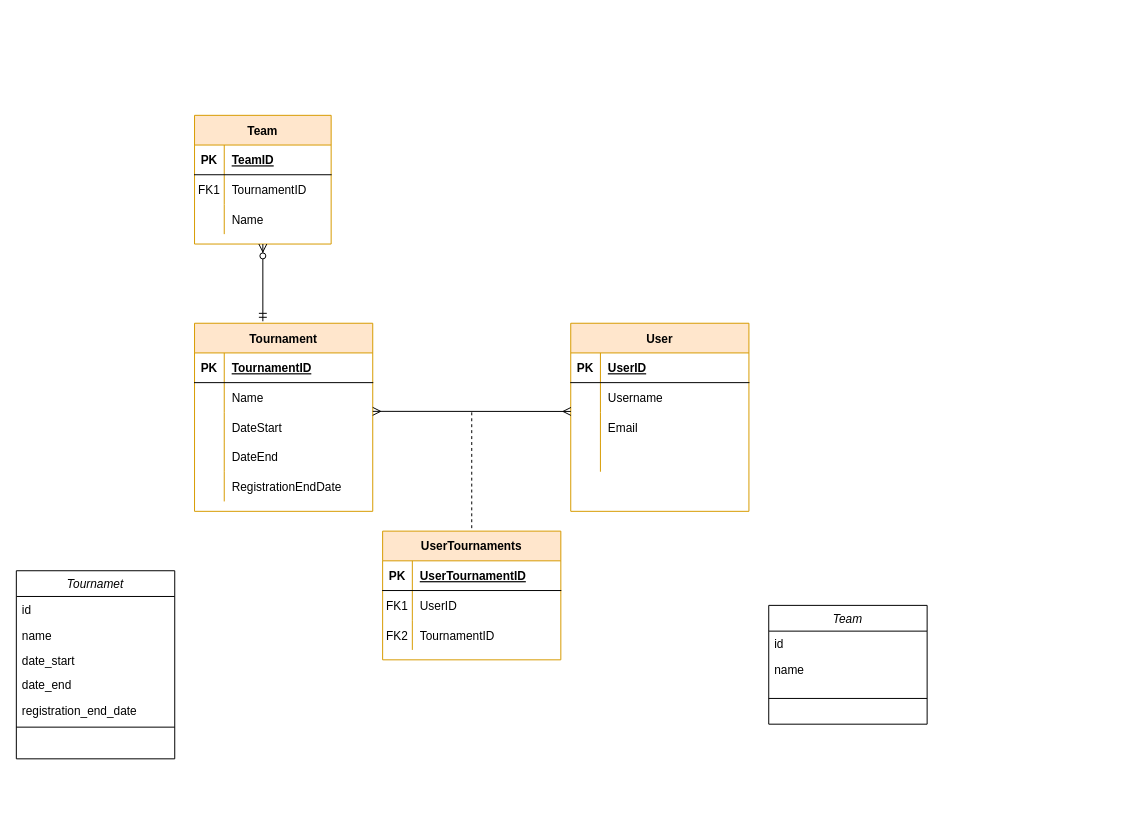
Earlier version of the draw.io diagram royalrumbet.drawio (maneran/royal-rumbet). Source tidied: cells renumbered, new cells numbered last; positions are measured from the earlier drawing's top-left corner, leaving out a move shared by most shapes. Both pictures are drawn from the tidied source at 99%, with x=0, y=0 at pixel (16, 115).
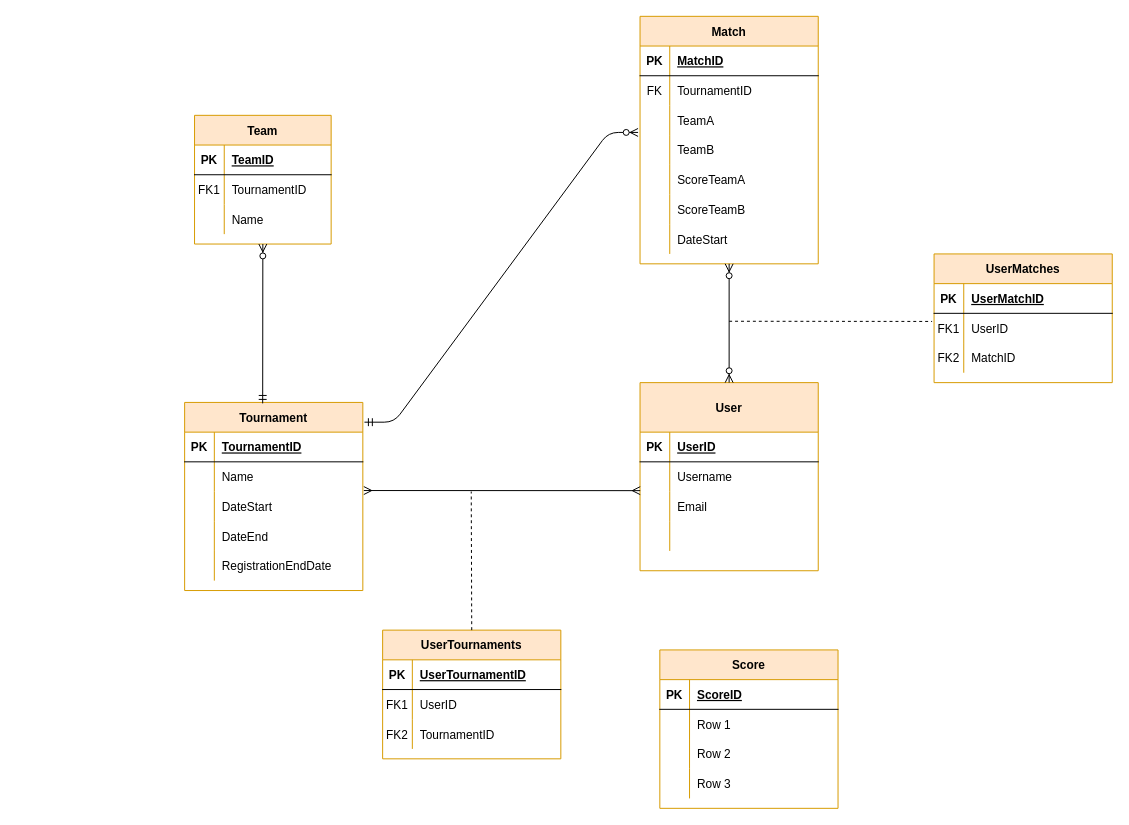
After the change.

Unchanged cells that the change refers to:
```xml
<mxCell id="29" value="Team" style="shape=table;startSize=30;childLayout=tableLayout;rowLines=0;fontStyle=1;align=center;strokeColor=#d79b00;fillColor=#ffe6cc;" parent="1" vertex="1">
  <mxGeometry x="180" width="138" height="130" as="geometry" />
</mxCell>
```

The edit, as a diff of the source:
```diff
@@
-    <mxCell id="2" value="Tournamet" style="swimlane;fontStyle=2;align=center;verticalAlign=top;horizontal=1;startSize=26;rounded=0;shadow=0;strokeWidth=1;" parent="1" vertex="1">
-      <mxGeometry y="460" width="160" height="190" as="geometry" />
-    </mxCell>
-    <mxCell id="3" value="id" style="text;align=left;verticalAlign=top;spacingLeft=4;spacingRight=4;overflow=hidden;" parent="2" vertex="1">
-      <mxGeometry y="26" width="160" height="26" as="geometry" />
-    </mxCell>
-    <mxCell id="4" value="name" style="text;align=left;verticalAlign=top;spacingLeft=4;spacingRight=4;overflow=hidden;rounded=0;shadow=0;html=0;" parent="2" vertex="1">
-      <mxGeometry y="52" width="160" height="26" as="geometry" />
-    </mxCell>
-    <mxCell id="5" value="date_start" style="text;align=left;verticalAlign=top;spacingLeft=4;spacingRight=4;overflow=hidden;rounded=0;shadow=0;html=0;" parent="2" vertex="1">
-      <mxGeometry y="78" width="160" height="24" as="geometry" />
-    </mxCell>
-    <mxCell id="6" value="date_end" style="text;align=left;verticalAlign=top;spacingLeft=4;spacingRight=4;overflow=hidden;rounded=0;shadow=0;html=0;" parent="2" vertex="1">
-      <mxGeometry y="102" width="160" height="26" as="geometry" />
-    </mxCell>
-    <mxCell id="7" value="registration_end_date&#10;" style="text;align=left;verticalAlign=top;spacingLeft=4;spacingRight=4;overflow=hidden;rounded=0;shadow=0;html=0;" parent="2" vertex="1">
-      <mxGeometry y="128" width="160" height="26" as="geometry" />
-    </mxCell>
-    <mxCell id="8" style="line;html=1;strokeWidth=1;align=left;verticalAlign=middle;spacingTop=-1;spacingLeft=3;spacingRight=3;labelPosition=right;" parent="2" vertex="1">
-      <mxGeometry y="154" width="160" height="8" as="geometry" />
-    </mxCell>
-    <mxCell id="9" value="Team" style="swimlane;fontStyle=2;align=center;verticalAlign=top;horizontal=1;startSize=26;rounded=0;shadow=0;strokeWidth=1;" parent="1" vertex="1">
-      <mxGeometry x="760" y="495" width="160" height="120" as="geometry" />
-    </mxCell>
-    <mxCell id="10" value="id" style="text;align=left;verticalAlign=top;spacingLeft=4;spacingRight=4;overflow=hidden;" parent="9" vertex="1">
-      <mxGeometry y="26" width="160" height="26" as="geometry" />
-    </mxCell>
-    <mxCell id="11" value="name" style="text;align=left;verticalAlign=top;spacingLeft=4;spacingRight=4;overflow=hidden;rounded=0;shadow=0;html=0;" parent="9" vertex="1">
-      <mxGeometry y="52" width="160" height="26" as="geometry" />
-    </mxCell>
-    <mxCell id="12" style="line;html=1;strokeWidth=1;align=left;verticalAlign=middle;spacingTop=-1;spacingLeft=3;spacingRight=3;labelPosition=right;" parent="9" vertex="1">
-      <mxGeometry y="78" width="160" height="32" as="geometry" />
-    </mxCell>
     <mxCell id="13" value="Tournament" style="shape=table;startSize=30;childLayout=tableLayout;rowLines=0;fontStyle=1;align=center;strokeColor=#d79b00;fillColor=#ffe6cc;" parent="1" vertex="1">
-      <mxGeometry x="180" y="210" width="180" height="190" as="geometry" />
+      <mxGeometry x="170" y="290" width="180" height="190" as="geometry" />
     </mxCell>
@@
-    <mxCell id="39" style="fontSize=12;html=1;endArrow=ERzeroToMany;startArrow=ERmandOne;rounded=1;entryX=0.5;entryY=1;entryDx=0;entryDy=0;" parent="1" edge="1" target="29">
-      <mxGeometry relative="1" as="geometry">
-        <mxPoint x="249" y="208" as="sourcePoint" />
-      </mxGeometry>
+    <mxCell id="39" style="fontSize=12;html=1;endArrow=ERzeroToMany;startArrow=ERmandOne;rounded=1;entryX=0.5;entryY=1;entryDx=0;entryDy=0;exitX=0.438;exitY=0.005;exitDx=0;exitDy=0;exitPerimeter=0;" parent="1" edge="1" source="13" target="29">
+      <mxGeometry relative="1" as="geometry" />
     </mxCell>
-    <mxCell id="40" value="User" style="shape=table;startSize=30;childLayout=tableLayout;rowLines=0;fontStyle=1;align=center;strokeColor=#d79b00;fillColor=#ffe6cc;" parent="1" vertex="1">
-      <mxGeometry x="560" y="210" width="180" height="190" as="geometry" />
+    <mxCell id="40" value="User" style="shape=table;startSize=50;childLayout=tableLayout;rowLines=0;fontStyle=1;align=center;strokeColor=#d79b00;fillColor=#ffe6cc;" parent="1" vertex="1">
+      <mxGeometry x="630" y="270" width="180" height="190" as="geometry" />
     </mxCell>
     <mxCell id="41" style="shape=partialRectangle;fillColor=none;top=0;left=0;bottom=1;right=0;" parent="40" vertex="1">
-      <mxGeometry y="30" width="180" height="30" as="geometry" />
+      <mxGeometry y="50" width="180" height="30" as="geometry" />
     </mxCell>
@@
     <mxCell id="44" style="shape=partialRectangle;fillColor=none;top=0;left=0;bottom=0;right=0;" parent="40" vertex="1">
-      <mxGeometry y="60" width="180" height="30" as="geometry" />
+      <mxGeometry y="80" width="180" height="30" as="geometry" />
     </mxCell>
@@
     <mxCell id="47" style="shape=partialRectangle;fillColor=none;top=0;left=0;bottom=0;right=0;points=[[0,0.5],[1,0.5]];portConstraint=eastwest;" parent="40" vertex="1">
-      <mxGeometry y="90" width="180" height="30" as="geometry" />
+      <mxGeometry y="110" width="180" height="30" as="geometry" />
     </mxCell>
@@
     <mxCell id="50" style="shape=partialRectangle;fillColor=none;top=0;left=0;bottom=0;right=0;" parent="40" vertex="1">
-      <mxGeometry y="120" width="180" height="30" as="geometry" />
+      <mxGeometry y="140" width="180" height="30" as="geometry" />
     </mxCell>
@@
     <mxCell id="53" style="fontSize=12;html=1;endArrow=ERmany;startArrow=ERmany;strokeColor=#000000;entryX=0.001;entryY=-0.03;entryDx=0;entryDy=0;entryPerimeter=0;" parent="1" edge="1" target="47">
       <mxGeometry relative="1" as="geometry">
-        <mxPoint x="360" y="299" as="sourcePoint" />
+        <mxPoint x="351" y="379" as="sourcePoint" />
       </mxGeometry>
     </mxCell>
     <mxCell id="54" value="UserTournaments" style="shape=table;startSize=30;childLayout=tableLayout;rowLines=0;fontStyle=1;align=center;strokeColor=#d79b00;fillColor=#ffe6cc;" parent="1" vertex="1">
-      <mxGeometry x="370" y="420" width="180" height="130" as="geometry" />
+      <mxGeometry x="370" y="520" width="180" height="130" as="geometry" />
     </mxCell>
@@
-    <mxCell id="64" style="endArrow=none;dashed=1;html=1;strokeColor=#000000;" parent="1" edge="1">
+    <mxCell id="64" style="endArrow=none;dashed=1;html=1;strokeColor=#000000;exitX=0.5;exitY=0;exitDx=0;exitDy=0;" parent="1" edge="1" source="54">
       <mxGeometry relative="1" as="geometry">
-        <mxPoint x="460" y="417" as="sourcePoint" />
-        <mxPoint x="460" y="300" as="targetPoint" />
+        <mxPoint x="459.5" y="380" as="targetPoint" />
       </mxGeometry>
     </mxCell>
+    <mxCell id="65" value="Match" style="shape=table;startSize=30;childLayout=tableLayout;rowLines=0;fontStyle=1;align=center;strokeColor=#d79b00;fillColor=#ffe6cc;" parent="1" vertex="1">
+      <mxGeometry x="630" y="-100" width="180" height="250" as="geometry" />
+    </mxCell>
+    <mxCell id="66" style="shape=partialRectangle;fillColor=none;top=0;left=0;bottom=1;right=0;" parent="65" vertex="1">
+      <mxGeometry y="30" width="180" height="30" as="geometry" />
+    </mxCell>
+    <mxCell id="67" value="PK" style="shape=partialRectangle;fillColor=none;top=0;left=0;bottom=0;right=0;fontStyle=1;overflow=hidden;" parent="66" vertex="1">
+      <mxGeometry width="30" height="30" as="geometry" />
+    </mxCell>
+    <mxCell id="68" value="MatchID" style="shape=partialRectangle;fillColor=none;top=0;left=0;bottom=0;right=0;align=left;spacingLeft=6;fontStyle=5;overflow=hidden;" parent="66" vertex="1">
+      <mxGeometry x="30" width="150" height="30" as="geometry" />
+    </mxCell>
+    <mxCell id="69" style="shape=partialRectangle;fillColor=none;top=0;left=0;bottom=0;right=0;" parent="65" vertex="1">
+      <mxGeometry y="60" width="180" height="30" as="geometry" />
+    </mxCell>
+    <mxCell id="70" value="FK" style="shape=partialRectangle;fillColor=none;top=0;left=0;bottom=0;right=0;overflow=hidden;" parent="69" vertex="1">
+      <mxGeometry width="30" height="30" as="geometry" />
+    </mxCell>
+    <mxCell id="71" value="TournamentID" style="shape=partialRectangle;fillColor=none;top=0;left=0;bottom=0;right=0;align=left;spacingLeft=6;overflow=hidden;" parent="69" vertex="1">
+      <mxGeometry x="30" width="150" height="30" as="geometry" />
+    </mxCell>
+    <mxCell id="72" style="shape=partialRectangle;fillColor=none;top=0;left=0;bottom=0;right=0;" parent="65" vertex="1">
+      <mxGeometry y="90" width="180" height="30" as="geometry" />
+    </mxCell>
+    <mxCell id="73" style="shape=partialRectangle;fillColor=none;top=0;left=0;bottom=0;right=0;overflow=hidden;" parent="72" vertex="1">
+      <mxGeometry width="30" height="30" as="geometry" />
+    </mxCell>
+    <mxCell id="74" value="TeamA" style="shape=partialRectangle;fillColor=none;top=0;left=0;bottom=0;right=0;align=left;spacingLeft=6;overflow=hidden;" parent="72" vertex="1">
+      <mxGeometry x="30" width="150" height="30" as="geometry" />
+    </mxCell>
+    <mxCell id="75" style="shape=partialRectangle;fillColor=none;top=0;left=0;bottom=0;right=0;points=[[0,0.5],[1,0.5]];portConstraint=eastwest;" parent="65" vertex="1">
+      <mxGeometry y="120" width="180" height="30" as="geometry" />
+    </mxCell>
+    <mxCell id="76" style="shape=partialRectangle;fillColor=none;top=0;left=0;bottom=0;right=0;overflow=hidden;" parent="75" vertex="1">
+      <mxGeometry width="30" height="30" as="geometry" />
+    </mxCell>
+    <mxCell id="77" value="TeamB" style="shape=partialRectangle;fillColor=none;top=0;left=0;bottom=0;right=0;align=left;spacingLeft=6;overflow=hidden;" parent="75" vertex="1">
+      <mxGeometry x="30" width="150" height="30" as="geometry" />
+    </mxCell>
+    <mxCell id="78" style="shape=partialRectangle;fillColor=none;top=0;left=0;bottom=0;right=0;" parent="65" vertex="1">
+      <mxGeometry y="150" width="180" height="30" as="geometry" />
+    </mxCell>
+    <mxCell id="79" style="shape=partialRectangle;fillColor=none;top=0;left=0;bottom=0;right=0;overflow=hidden;" parent="78" vertex="1">
+      <mxGeometry width="30" height="30" as="geometry" />
+    </mxCell>
+    <mxCell id="80" value="ScoreTeamA" style="shape=partialRectangle;fillColor=none;top=0;left=0;bottom=0;right=0;align=left;spacingLeft=6;overflow=hidden;" parent="78" vertex="1">
+      <mxGeometry x="30" width="150" height="30" as="geometry" />
+    </mxCell>
+    <mxCell id="81" style="shape=partialRectangle;fillColor=none;top=0;left=0;bottom=0;right=0;" parent="65" vertex="1">
+      <mxGeometry y="180" width="180" height="30" as="geometry" />
+    </mxCell>
+    <mxCell id="82" style="shape=partialRectangle;fillColor=none;top=0;left=0;bottom=0;right=0;overflow=hidden;" parent="81" vertex="1">
+      <mxGeometry width="30" height="30" as="geometry" />
+    </mxCell>
+    <mxCell id="83" value="ScoreTeamB" style="shape=partialRectangle;fillColor=none;top=0;left=0;bottom=0;right=0;align=left;spacingLeft=6;overflow=hidden;" parent="81" vertex="1">
+      <mxGeometry x="30" width="150" height="30" as="geometry" />
+    </mxCell>
+    <mxCell id="84" style="shape=partialRectangle;fillColor=none;top=0;left=0;bottom=0;right=0;" parent="65" vertex="1">
+      <mxGeometry y="210" width="180" height="30" as="geometry" />
+    </mxCell>
+    <mxCell id="85" style="shape=partialRectangle;fillColor=none;top=0;left=0;bottom=0;right=0;overflow=hidden;" parent="84" vertex="1">
+      <mxGeometry width="30" height="30" as="geometry" />
+    </mxCell>
+    <mxCell id="86" value="DateStart" style="shape=partialRectangle;fillColor=none;top=0;left=0;bottom=0;right=0;align=left;spacingLeft=6;overflow=hidden;" parent="84" vertex="1">
+      <mxGeometry x="30" width="150" height="30" as="geometry" />
+    </mxCell>
+    <mxCell id="87" style="edgeStyle=entityRelationEdgeStyle;fontSize=12;html=1;endArrow=ERzeroToMany;startArrow=ERmandOne;strokeColor=#000000;exitX=1.009;exitY=0.105;exitDx=0;exitDy=0;exitPerimeter=0;entryX=-0.011;entryY=-0.091;entryDx=0;entryDy=0;entryPerimeter=0;" parent="1" edge="1" source="13" target="75">
+      <mxGeometry relative="1" as="geometry" />
+    </mxCell>
+    <mxCell id="88" value="Score" style="shape=table;startSize=30;childLayout=tableLayout;rowLines=0;fontStyle=1;align=center;strokeColor=#d79b00;fillColor=#ffe6cc;" parent="1" vertex="1">
+      <mxGeometry x="650" y="540" width="180" height="160" as="geometry" />
+    </mxCell>
+    <mxCell id="89" style="shape=partialRectangle;fillColor=none;top=0;left=0;bottom=1;right=0;" parent="88" vertex="1">
+      <mxGeometry y="30" width="180" height="30" as="geometry" />
+    </mxCell>
+    <mxCell id="90" value="PK" style="shape=partialRectangle;fillColor=none;top=0;left=0;bottom=0;right=0;fontStyle=1;overflow=hidden;" parent="89" vertex="1">
+      <mxGeometry width="30" height="30" as="geometry" />
+    </mxCell>
+    <mxCell id="91" value="ScoreID" style="shape=partialRectangle;fillColor=none;top=0;left=0;bottom=0;right=0;align=left;spacingLeft=6;fontStyle=5;overflow=hidden;" parent="89" vertex="1">
+      <mxGeometry x="30" width="150" height="30" as="geometry" />
+    </mxCell>
+    <mxCell id="92" style="shape=partialRectangle;fillColor=none;top=0;left=0;bottom=0;right=0;" parent="88" vertex="1">
+      <mxGeometry y="60" width="180" height="30" as="geometry" />
+    </mxCell>
+    <mxCell id="93" style="shape=partialRectangle;fillColor=none;top=0;left=0;bottom=0;right=0;overflow=hidden;" parent="92" vertex="1">
+      <mxGeometry width="30" height="30" as="geometry" />
+    </mxCell>
+    <mxCell id="94" value="Row 1" style="shape=partialRectangle;fillColor=none;top=0;left=0;bottom=0;right=0;align=left;spacingLeft=6;overflow=hidden;" parent="92" vertex="1">
+      <mxGeometry x="30" width="150" height="30" as="geometry" />
+    </mxCell>
+    <mxCell id="95" style="shape=partialRectangle;fillColor=none;top=0;left=0;bottom=0;right=0;" parent="88" vertex="1">
+      <mxGeometry y="90" width="180" height="30" as="geometry" />
+    </mxCell>
+    <mxCell id="96" style="shape=partialRectangle;fillColor=none;top=0;left=0;bottom=0;right=0;overflow=hidden;" parent="95" vertex="1">
+      <mxGeometry width="30" height="30" as="geometry" />
+    </mxCell>
+    <mxCell id="97" value="Row 2" style="shape=partialRectangle;fillColor=none;top=0;left=0;bottom=0;right=0;align=left;spacingLeft=6;overflow=hidden;" parent="95" vertex="1">
+      <mxGeometry x="30" width="150" height="30" as="geometry" />
+    </mxCell>
+    <mxCell id="98" style="shape=partialRectangle;fillColor=none;top=0;left=0;bottom=0;right=0;" parent="88" vertex="1">
+      <mxGeometry y="120" width="180" height="30" as="geometry" />
+    </mxCell>
+    <mxCell id="99" style="shape=partialRectangle;fillColor=none;top=0;left=0;bottom=0;right=0;overflow=hidden;" parent="98" vertex="1">
+      <mxGeometry width="30" height="30" as="geometry" />
+    </mxCell>
+    <mxCell id="100" value="Row 3" style="shape=partialRectangle;fillColor=none;top=0;left=0;bottom=0;right=0;align=left;spacingLeft=6;overflow=hidden;" parent="98" vertex="1">
+      <mxGeometry x="30" width="150" height="30" as="geometry" />
+    </mxCell>
+    <mxCell id="101" style="fontSize=12;html=1;endArrow=ERzeroToMany;endFill=1;startArrow=ERzeroToMany;strokeColor=#000000;exitX=0.5;exitY=0;exitDx=0;exitDy=0;entryX=0.5;entryY=1;entryDx=0;entryDy=0;" parent="1" edge="1" source="40" target="65">
+      <mxGeometry relative="1" as="geometry" />
+    </mxCell>
+    <mxCell id="102" value="UserMatches" style="shape=table;startSize=30;childLayout=tableLayout;rowLines=0;fontStyle=1;align=center;strokeColor=#d79b00;fillColor=#ffe6cc;" parent="1" vertex="1">
+      <mxGeometry x="927" y="140" width="180" height="130" as="geometry" />
+    </mxCell>
+    <mxCell id="103" style="shape=partialRectangle;fillColor=none;top=0;left=0;bottom=1;right=0;" parent="102" vertex="1">
+      <mxGeometry y="30" width="180" height="30" as="geometry" />
+    </mxCell>
+    <mxCell id="104" value="PK" style="shape=partialRectangle;fillColor=none;top=0;left=0;bottom=0;right=0;fontStyle=1;overflow=hidden;" parent="103" vertex="1">
+      <mxGeometry width="30" height="30" as="geometry" />
+    </mxCell>
+    <mxCell id="105" value="UserMatchID" style="shape=partialRectangle;fillColor=none;top=0;left=0;bottom=0;right=0;align=left;spacingLeft=6;fontStyle=5;overflow=hidden;" parent="103" vertex="1">
+      <mxGeometry x="30" width="150" height="30" as="geometry" />
+    </mxCell>
+    <mxCell id="106" style="shape=partialRectangle;fillColor=none;top=0;left=0;bottom=0;right=0;points=[[0,0.5],[1,0.5]];portConstraint=eastwest;" parent="102" vertex="1">
+      <mxGeometry y="60" width="180" height="30" as="geometry" />
+    </mxCell>
+    <mxCell id="107" value="FK1" style="shape=partialRectangle;fillColor=none;top=0;left=0;bottom=0;right=0;overflow=hidden;" parent="106" vertex="1">
+      <mxGeometry width="30" height="30" as="geometry" />
+    </mxCell>
+    <mxCell id="108" value="UserID" style="shape=partialRectangle;fillColor=none;top=0;left=0;bottom=0;right=0;align=left;spacingLeft=6;overflow=hidden;" parent="106" vertex="1">
+      <mxGeometry x="30" width="150" height="30" as="geometry" />
+    </mxCell>
+    <mxCell id="109" style="shape=partialRectangle;fillColor=none;top=0;left=0;bottom=0;right=0;" parent="102" vertex="1">
+      <mxGeometry y="90" width="180" height="30" as="geometry" />
+    </mxCell>
+    <mxCell id="110" value="FK2" style="shape=partialRectangle;fillColor=none;top=0;left=0;bottom=0;right=0;overflow=hidden;" parent="109" vertex="1">
+      <mxGeometry width="30" height="30" as="geometry" />
+    </mxCell>
+    <mxCell id="111" value="MatchID" style="shape=partialRectangle;fillColor=none;top=0;left=0;bottom=0;right=0;align=left;spacingLeft=6;overflow=hidden;" parent="109" vertex="1">
+      <mxGeometry x="30" width="150" height="30" as="geometry" />
+    </mxCell>
+    <mxCell id="112" style="endArrow=none;dashed=1;html=1;strokeColor=#000000;entryX=-0.011;entryY=0.273;entryDx=0;entryDy=0;entryPerimeter=0;" parent="1" edge="1" target="106">
+      <mxGeometry relative="1" as="geometry">
+        <mxPoint x="720" y="208" as="sourcePoint" />
+      </mxGeometry>
+    </mxCell>
```
